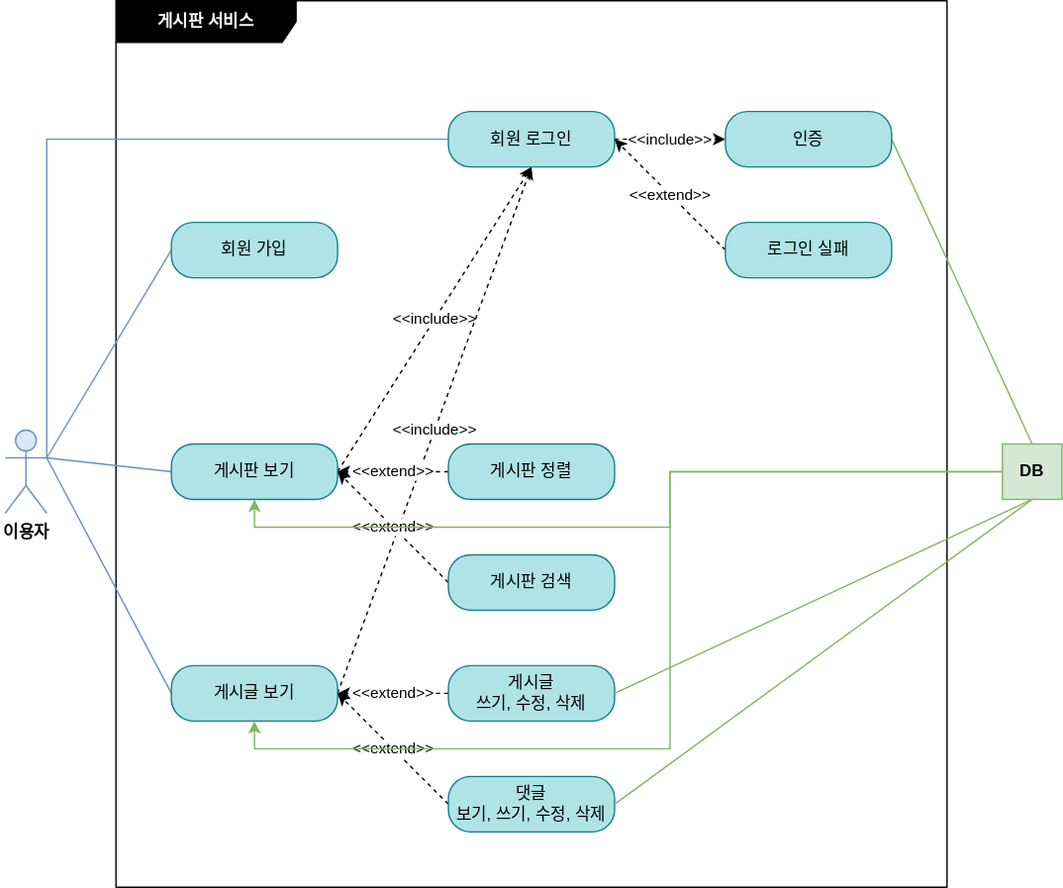
Before: document/use-case.svg, a diagram exported from draw.io (LE2HE/fastcampus-project-board). Source tidied: cells renumbered, new cells last; positions are measured from the earlier drawing's top-left corner, leaving out a move shared by most shapes.
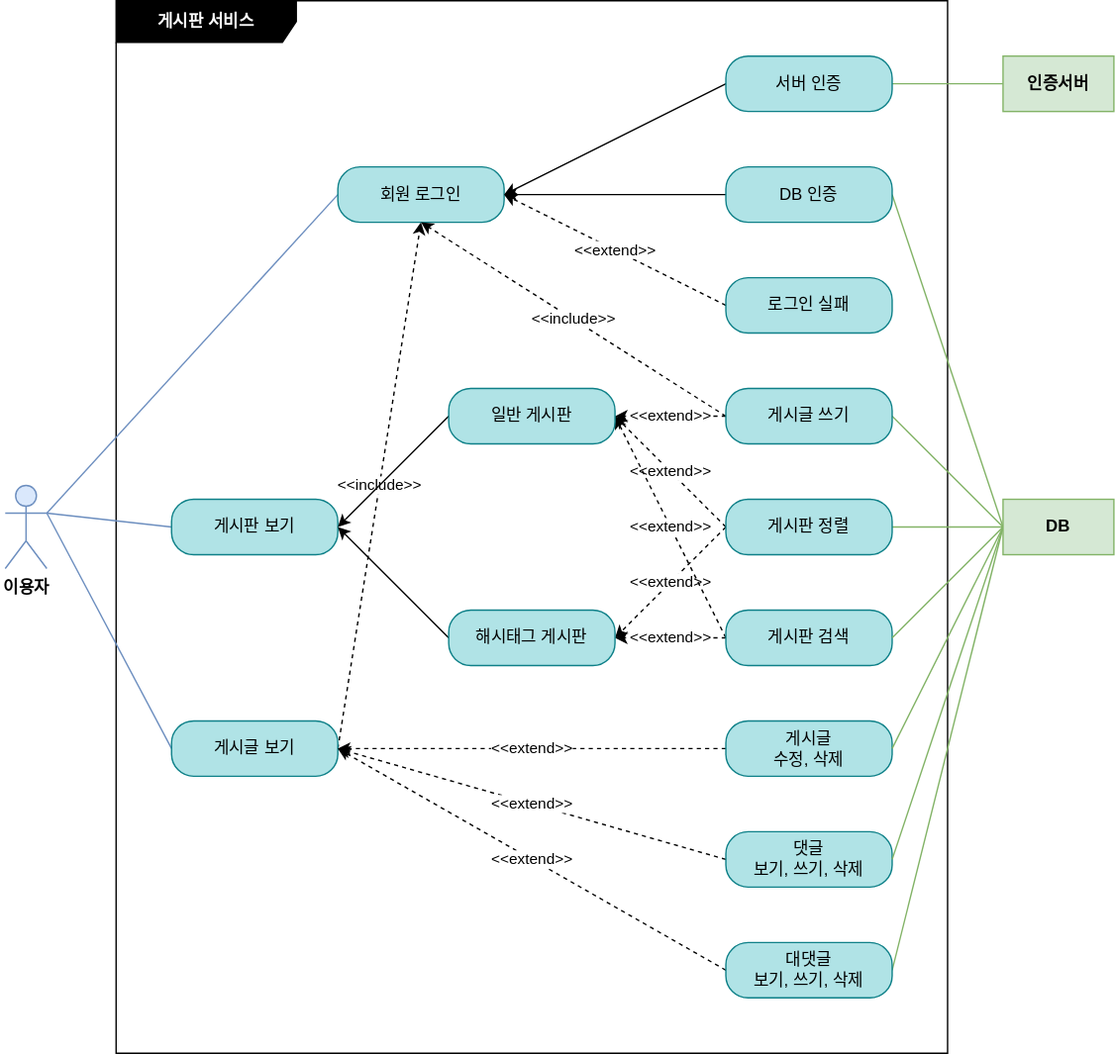
After the change.

Commit message:
Docs #51 - 게시판 서비스 유즈 케이스 업데이트 : 대댓글 및 서버 인증 로그인

Diff of the diagram source:
```diff
@@ -3,108 +3,144 @@
     <mxCell id="0" />
     <mxCell id="1" parent="0" />
     <mxCell id="2" value="이용자" style="shape=umlActor;verticalLabelPosition=bottom;verticalAlign=top;html=1;fontFamily=Helvetica;align=center;fontStyle=1;fillColor=#dae8fc;strokeColor=#6c8ebf;fontColor=#000000;" parent="1" vertex="1">
-      <mxGeometry y="310" width="30" height="60" as="geometry" />
+      <mxGeometry y="350" width="30" height="60" as="geometry" />
     </mxCell>
     <mxCell id="3" value="게시판 서비스" style="shape=umlFrame;whiteSpace=wrap;html=1;width=130;height=30;fillColor=#000000;strokeColor=#000000;fontStyle=1;fontColor=#FFFFFF;" parent="1" vertex="1">
-      <mxGeometry x="80" width="600" height="640" as="geometry" />
+      <mxGeometry x="80" width="600" height="760" as="geometry" />
     </mxCell>
-    <mxCell id="4" style="rounded=0;jettySize=auto;html=1;exitX=0;exitY=0.5;exitDx=0;exitDy=0;entryX=1;entryY=0.3333333333333333;entryDx=0;entryDy=0;entryPerimeter=0;endArrow=none;endFill=0;fillColor=#dae8fc;strokeColor=#6c8ebf;" parent="1" edge="1" source="5" target="2">
-      <mxGeometry relative="1" as="geometry" />
-    </mxCell>
-    <mxCell id="5" value="회원 가입" style="rounded=1;whiteSpace=wrap;html=1;arcSize=40;fillColor=#b0e3e6;strokeColor=#0e8088;" parent="1" vertex="1">
-      <mxGeometry x="120" y="160" width="120" height="40" as="geometry" />
-    </mxCell>
     <mxCell id="6" style="rounded=0;jettySize=auto;html=1;exitX=0;exitY=0.5;exitDx=0;exitDy=0;endArrow=none;endFill=0;fillColor=#dae8fc;strokeColor=#6c8ebf;" parent="1" edge="1" source="8">
       <mxGeometry relative="1" as="geometry">
-        <mxPoint x="30" y="330" as="targetPoint" />
+        <mxPoint x="30" y="370" as="targetPoint" />
       </mxGeometry>
     </mxCell>
-    <mxCell id="7" value="&amp;lt;&amp;lt;include&amp;gt;&amp;gt;" style="rounded=0;jettySize=auto;html=1;exitX=1;exitY=0.5;exitDx=0;exitDy=0;dashed=1;" parent="1" edge="1" source="8">
-      <mxGeometry relative="1" as="geometry">
-        <mxPoint x="380" y="120" as="targetPoint" />
-      </mxGeometry>
-    </mxCell>
     <mxCell id="8" value="게시판 보기" style="rounded=1;whiteSpace=wrap;html=1;arcSize=40;fillColor=#b0e3e6;strokeColor=#0e8088;" parent="1" vertex="1">
-      <mxGeometry x="120" y="320" width="120" height="40" as="geometry" />
+      <mxGeometry x="120" y="360" width="120" height="40" as="geometry" />
     </mxCell>
     <mxCell id="9" style="rounded=0;jettySize=auto;html=1;exitX=0;exitY=0.5;exitDx=0;exitDy=0;endArrow=none;endFill=0;fillColor=#dae8fc;strokeColor=#6c8ebf;" parent="1" edge="1" source="11">
       <mxGeometry relative="1" as="geometry">
-        <mxPoint x="30" y="330" as="targetPoint" />
+        <mxPoint x="30" y="370" as="targetPoint" />
       </mxGeometry>
     </mxCell>
     <mxCell id="10" value="&amp;lt;&amp;lt;include&amp;gt;&amp;gt;" style="rounded=0;jettySize=auto;html=1;exitX=1;exitY=0.5;exitDx=0;exitDy=0;entryX=0.5;entryY=1;entryDx=0;entryDy=0;dashed=1;" parent="1" edge="1" source="11" target="14">
       <mxGeometry relative="1" as="geometry" />
     </mxCell>
     <mxCell id="11" value="게시글 보기" style="rounded=1;whiteSpace=wrap;html=1;arcSize=40;fillColor=#b0e3e6;strokeColor=#0e8088;" parent="1" vertex="1">
-      <mxGeometry x="120" y="480" width="120" height="40" as="geometry" />
+      <mxGeometry x="120" y="520" width="120" height="40" as="geometry" />
     </mxCell>
-    <mxCell id="12" style="rounded=0;jettySize=auto;html=1;exitX=0;exitY=0.5;exitDx=0;exitDy=0;edgeStyle=orthogonalEdgeStyle;endArrow=none;endFill=0;fillColor=#dae8fc;strokeColor=#6c8ebf;" parent="1" edge="1" source="14">
+    <mxCell id="12" style="rounded=0;jettySize=auto;html=1;exitX=0;exitY=0.5;exitDx=0;exitDy=0;endArrow=none;endFill=0;fillColor=#dae8fc;strokeColor=#6c8ebf;" parent="1" edge="1" source="14">
       <mxGeometry relative="1" as="geometry">
-        <mxPoint x="30" y="330" as="targetPoint" />
+        <mxPoint x="30" y="370" as="targetPoint" />
       </mxGeometry>
     </mxCell>
-    <mxCell id="13" value="&amp;lt;&amp;lt;include&amp;gt;&amp;gt;" style="rounded=0;jettySize=auto;html=1;exitX=1;exitY=0.5;exitDx=0;exitDy=0;endArrow=classic;endFill=1;dashed=1;" parent="1" edge="1" source="14">
-      <mxGeometry relative="1" as="geometry">
-        <mxPoint x="520" y="100" as="targetPoint" />
-      </mxGeometry>
-    </mxCell>
     <mxCell id="14" value="회원 로그인" style="rounded=1;whiteSpace=wrap;html=1;arcSize=40;fillColor=#b0e3e6;strokeColor=#0e8088;" parent="1" vertex="1">
-      <mxGeometry x="320" y="80" width="120" height="40" as="geometry" />
+      <mxGeometry x="240" y="120" width="120" height="40" as="geometry" />
     </mxCell>
-    <mxCell id="15" style="rounded=0;jettySize=auto;html=1;exitX=1;exitY=0.5;exitDx=0;exitDy=0;entryX=0.5;entryY=0;entryDx=0;entryDy=0;endArrow=none;endFill=0;fillColor=#d5e8d4;strokeColor=#82b366;" parent="1" edge="1" source="16" target="31">
+    <mxCell id="15" style="rounded=0;jettySize=auto;html=1;exitX=1;exitY=0.5;exitDx=0;exitDy=0;entryX=0;entryY=0.5;entryDx=0;entryDy=0;endArrow=none;endFill=0;fillColor=#d5e8d4;strokeColor=#82b366;" parent="1" edge="1" source="16" target="31">
       <mxGeometry relative="1" as="geometry" />
     </mxCell>
+    <mxCell id="32" style="edgeStyle=orthogonalEdgeStyle;rounded=0;jettySize=auto;html=1;exitX=0;exitY=0.5;exitDx=0;exitDy=0;entryX=1;entryY=0.5;entryDx=0;entryDy=0;" parent="1" edge="1" source="16" target="14">
+      <mxGeometry relative="1" as="geometry" />
+    </mxCell>
-    <mxCell id="16" value="인증" style="rounded=1;whiteSpace=wrap;html=1;arcSize=40;fillColor=#b0e3e6;strokeColor=#0e8088;" parent="1" vertex="1">
-      <mxGeometry x="520" y="80" width="120" height="40" as="geometry" />
+    <mxCell id="16" value="DB 인증" style="rounded=1;whiteSpace=wrap;html=1;arcSize=40;fillColor=#b0e3e6;strokeColor=#0e8088;" parent="1" vertex="1">
+      <mxGeometry x="520" y="120" width="120" height="40" as="geometry" />
     </mxCell>
     <mxCell id="17" value="&amp;lt;&amp;lt;extend&amp;gt;&amp;gt;" style="rounded=0;jettySize=auto;html=1;exitX=0;exitY=0.5;exitDx=0;exitDy=0;entryX=1;entryY=0.5;entryDx=0;entryDy=0;endArrow=classic;endFill=1;dashed=1;" parent="1" edge="1" source="18" target="14">
       <mxGeometry relative="1" as="geometry" />
     </mxCell>
     <mxCell id="18" value="로그인 실패" style="rounded=1;whiteSpace=wrap;html=1;arcSize=40;fillColor=#b0e3e6;strokeColor=#0e8088;" parent="1" vertex="1">
-      <mxGeometry x="520" y="160" width="120" height="40" as="geometry" />
+      <mxGeometry x="520" y="200" width="120" height="40" as="geometry" />
     </mxCell>
-    <mxCell id="19" value="&amp;lt;&amp;lt;extend&amp;gt;&amp;gt;" style="rounded=0;jettySize=auto;html=1;exitX=0;exitY=0.5;exitDx=0;exitDy=0;entryX=1;entryY=0.5;entryDx=0;entryDy=0;dashed=1;" parent="1" edge="1" source="20" target="8">
-      <mxGeometry relative="1" as="geometry" />
-    </mxCell>
+    <mxCell id="33" style="rounded=0;jettySize=auto;html=1;exitX=1;exitY=0.5;exitDx=0;exitDy=0;entryX=0;entryY=0.5;entryDx=0;entryDy=0;endArrow=none;endFill=0;strokeColor=#82b366;fillColor=#d5e8d4;" parent="1" edge="1" source="20" target="31">
+      <mxGeometry relative="1" as="geometry" />
+    </mxCell>
+    <mxCell id="34" value="&amp;lt;&amp;lt;extend&amp;gt;&amp;gt;" style="rounded=0;jettySize=auto;html=1;exitX=0;exitY=0.5;exitDx=0;exitDy=0;dashed=1;entryX=1;entryY=0.5;entryDx=0;entryDy=0;" parent="1" edge="1" source="20" target="51">
+      <mxGeometry relative="1" as="geometry" />
+    </mxCell>
+    <mxCell id="35" value="&amp;lt;&amp;lt;extend&amp;gt;&amp;gt;" style="rounded=0;jettySize=auto;html=1;exitX=0;exitY=0.5;exitDx=0;exitDy=0;entryX=1;entryY=0.5;entryDx=0;entryDy=0;dashed=1;" parent="1" edge="1" source="20" target="53">
+      <mxGeometry relative="1" as="geometry" />
+    </mxCell>
     <mxCell id="20" value="게시판 정렬" style="rounded=1;whiteSpace=wrap;html=1;arcSize=40;fillColor=#b0e3e6;strokeColor=#0e8088;" parent="1" vertex="1">
-      <mxGeometry x="320" y="320" width="120" height="40" as="geometry" />
+      <mxGeometry x="520" y="360" width="120" height="40" as="geometry" />
     </mxCell>
-    <mxCell id="21" value="&amp;lt;&amp;lt;extend&amp;gt;&amp;gt;" style="rounded=0;jettySize=auto;html=1;exitX=0;exitY=0.5;exitDx=0;exitDy=0;dashed=1;" parent="1" edge="1" source="22">
-      <mxGeometry relative="1" as="geometry">
-        <mxPoint x="240" y="340" as="targetPoint" />
-      </mxGeometry>
-    </mxCell>
+    <mxCell id="36" value="&amp;lt;&amp;lt;extend&amp;gt;&amp;gt;" style="rounded=0;jettySize=auto;html=1;exitX=0;exitY=0.5;exitDx=0;exitDy=0;entryX=1;entryY=0.5;entryDx=0;entryDy=0;dashed=1;" parent="1" edge="1" source="22" target="51">
+      <mxGeometry relative="1" as="geometry" />
+    </mxCell>
+    <mxCell id="37" value="&amp;lt;&amp;lt;extend&amp;gt;&amp;gt;" style="rounded=0;jettySize=auto;html=1;exitX=0;exitY=0.5;exitDx=0;exitDy=0;entryX=1;entryY=0.5;entryDx=0;entryDy=0;dashed=1;" parent="1" edge="1" source="22" target="53">
+      <mxGeometry relative="1" as="geometry" />
+    </mxCell>
     <mxCell id="22" value="게시판 검색" style="rounded=1;whiteSpace=wrap;html=1;arcSize=40;fillColor=#b0e3e6;strokeColor=#0e8088;" parent="1" vertex="1">
-      <mxGeometry x="320" y="400" width="120" height="40" as="geometry" />
+      <mxGeometry x="520" y="440" width="120" height="40" as="geometry" />
     </mxCell>
     <mxCell id="23" value="&amp;lt;&amp;lt;extend&amp;gt;&amp;gt;" style="rounded=0;jettySize=auto;html=1;exitX=0;exitY=0.5;exitDx=0;exitDy=0;entryX=1;entryY=0.5;entryDx=0;entryDy=0;dashed=1;" parent="1" edge="1" source="24" target="11">
       <mxGeometry relative="1" as="geometry" />
     </mxCell>
-    <mxCell id="24" value="게시글&lt;br&gt;쓰기, 수정, 삭제" style="rounded=1;whiteSpace=wrap;html=1;arcSize=40;fillColor=#b0e3e6;strokeColor=#0e8088;" parent="1" vertex="1">
-      <mxGeometry x="320" y="480" width="120" height="40" as="geometry" />
+    <mxCell id="24" value="게시글&lt;br&gt;수정, 삭제" style="rounded=1;whiteSpace=wrap;html=1;arcSize=40;fillColor=#b0e3e6;strokeColor=#0e8088;" parent="1" vertex="1">
+      <mxGeometry x="520" y="520" width="120" height="40" as="geometry" />
     </mxCell>
     <mxCell id="25" value="&amp;lt;&amp;lt;extend&amp;gt;&amp;gt;" style="rounded=0;jettySize=auto;html=1;exitX=0;exitY=0.5;exitDx=0;exitDy=0;dashed=1;" parent="1" edge="1" source="26">
       <mxGeometry relative="1" as="geometry">
-        <mxPoint x="240" y="500" as="targetPoint" />
+        <mxPoint x="240" y="540" as="targetPoint" />
       </mxGeometry>
     </mxCell>
-    <mxCell id="26" value="댓글 &lt;br&gt;보기, 쓰기, 수정, 삭제" style="rounded=1;whiteSpace=wrap;html=1;arcSize=40;fillColor=#b0e3e6;strokeColor=#0e8088;" parent="1" vertex="1">
-      <mxGeometry x="320" y="560" width="120" height="40" as="geometry" />
+    <mxCell id="26" value="댓글 &lt;br&gt;보기, 쓰기, 삭제" style="rounded=1;whiteSpace=wrap;html=1;arcSize=40;fillColor=#b0e3e6;strokeColor=#0e8088;" parent="1" vertex="1">
+      <mxGeometry x="520" y="600" width="120" height="40" as="geometry" />
     </mxCell>
-    <mxCell id="27" style="rounded=0;jettySize=auto;html=1;exitX=0;exitY=0.5;exitDx=0;exitDy=0;entryX=0.5;entryY=1;entryDx=0;entryDy=0;edgeStyle=orthogonalEdgeStyle;endArrow=classic;endFill=1;fillColor=#d5e8d4;strokeColor=#82b366;" parent="1" edge="1" source="31" target="8">
-      <mxGeometry relative="1" as="geometry" />
-    </mxCell>
-    <mxCell id="28" style="edgeStyle=orthogonalEdgeStyle;rounded=0;jettySize=auto;html=1;exitX=0;exitY=0.5;exitDx=0;exitDy=0;entryX=0.5;entryY=1;entryDx=0;entryDy=0;endArrow=classic;endFill=1;fillColor=#d5e8d4;strokeColor=#82b366;" parent="1" edge="1" source="31" target="11">
-      <mxGeometry relative="1" as="geometry" />
-    </mxCell>
-    <mxCell id="29" style="rounded=0;jettySize=auto;html=1;exitX=0.5;exitY=1;exitDx=0;exitDy=0;entryX=1;entryY=0.5;entryDx=0;entryDy=0;endArrow=none;endFill=0;fillColor=#d5e8d4;strokeColor=#82b366;" parent="1" edge="1" source="31" target="24">
+    <mxCell id="29" style="rounded=0;jettySize=auto;html=1;exitX=0;exitY=0.5;exitDx=0;exitDy=0;entryX=1;entryY=0.5;entryDx=0;entryDy=0;endArrow=none;endFill=0;fillColor=#d5e8d4;strokeColor=#82b366;" parent="1" edge="1" source="31" target="24">
       <mxGeometry relative="1" as="geometry" />
     </mxCell>
-    <mxCell id="30" style="rounded=0;jettySize=auto;html=1;exitX=0.5;exitY=1;exitDx=0;exitDy=0;entryX=1;entryY=0.5;entryDx=0;entryDy=0;endArrow=none;endFill=0;fillColor=#d5e8d4;strokeColor=#82b366;" parent="1" edge="1" source="31" target="26">
+    <mxCell id="30" style="rounded=0;jettySize=auto;html=1;exitX=0;exitY=0.5;exitDx=0;exitDy=0;entryX=1;entryY=0.5;entryDx=0;entryDy=0;endArrow=none;endFill=0;fillColor=#d5e8d4;strokeColor=#82b366;" parent="1" edge="1" source="31" target="26">
       <mxGeometry relative="1" as="geometry" />
     </mxCell>
+    <mxCell id="38" style="rounded=0;jettySize=auto;html=1;exitX=0;exitY=0.5;exitDx=0;exitDy=0;entryX=1;entryY=0.5;entryDx=0;entryDy=0;strokeColor=#82b366;endArrow=none;endFill=0;fillColor=#d5e8d4;" parent="1" edge="1" source="31" target="22">
+      <mxGeometry relative="1" as="geometry" />
+    </mxCell>
+    <mxCell id="39" style="rounded=0;jettySize=auto;html=1;exitX=0;exitY=0.5;exitDx=0;exitDy=0;entryX=1;entryY=0.5;entryDx=0;entryDy=0;endArrow=none;endFill=0;strokeColor=#82b366;fillColor=#d5e8d4;" parent="1" edge="1" source="31" target="46">
+      <mxGeometry relative="1" as="geometry" />
+    </mxCell>
+    <mxCell id="40" style="rounded=0;jettySize=auto;html=1;exitX=0;exitY=0.5;exitDx=0;exitDy=0;entryX=1;entryY=0.5;entryDx=0;entryDy=0;strokeColor=#82b366;endArrow=none;endFill=0;fillColor=#d5e8d4;" parent="1" edge="1" source="31" target="49">
+      <mxGeometry relative="1" as="geometry" />
+    </mxCell>
     <mxCell id="31" value="DB" style="html=1;whiteSpace=wrap;fillColor=#d5e8d4;strokeColor=#82b366;fontStyle=1;" parent="1" vertex="1">
-      <mxGeometry x="720" y="320" width="43" height="40" as="geometry" />
+      <mxGeometry x="720" y="360" width="80" height="40" as="geometry" />
     </mxCell>
+    <mxCell id="41" value="인증서버" style="html=1;whiteSpace=wrap;fillColor=#d5e8d4;strokeColor=#82b366;fontStyle=1;" parent="1" vertex="1">
+      <mxGeometry x="720" y="40" width="80" height="40" as="geometry" />
+    </mxCell>
+    <mxCell id="42" style="rounded=0;jettySize=auto;html=1;exitX=0;exitY=0.5;exitDx=0;exitDy=0;entryX=1;entryY=0.5;entryDx=0;entryDy=0;" parent="1" edge="1" source="44" target="14">
+      <mxGeometry relative="1" as="geometry" />
+    </mxCell>
+    <mxCell id="43" style="rounded=0;jettySize=auto;html=1;exitX=1;exitY=0.5;exitDx=0;exitDy=0;entryX=0;entryY=0.5;entryDx=0;entryDy=0;endArrow=none;endFill=0;strokeColor=#82b366;fillColor=#d5e8d4;" parent="1" edge="1" source="44" target="41">
+      <mxGeometry relative="1" as="geometry" />
+    </mxCell>
+    <mxCell id="44" value="서버 인증" style="rounded=1;whiteSpace=wrap;html=1;arcSize=40;fillColor=#b0e3e6;strokeColor=#0e8088;" parent="1" vertex="1">
+      <mxGeometry x="520" y="40" width="120" height="40" as="geometry" />
+    </mxCell>
+    <mxCell id="45" value="&amp;lt;&amp;lt;extend&amp;gt;&amp;gt;" style="rounded=0;jettySize=auto;html=1;exitX=0;exitY=0.5;exitDx=0;exitDy=0;entryX=1;entryY=0.5;entryDx=0;entryDy=0;dashed=1;" parent="1" edge="1" source="46" target="11">
+      <mxGeometry relative="1" as="geometry" />
+    </mxCell>
+    <mxCell id="46" value="대댓글 &lt;br&gt;보기, 쓰기, 삭제" style="rounded=1;whiteSpace=wrap;html=1;arcSize=40;fillColor=#b0e3e6;strokeColor=#0e8088;" parent="1" vertex="1">
+      <mxGeometry x="520" y="680" width="120" height="40" as="geometry" />
+    </mxCell>
+    <mxCell id="47" value="&amp;lt;&amp;lt;include&amp;gt;&amp;gt;" style="rounded=0;jettySize=auto;html=1;exitX=0;exitY=0.5;exitDx=0;exitDy=0;entryX=0.5;entryY=1;entryDx=0;entryDy=0;dashed=1;" parent="1" edge="1" source="49" target="14">
+      <mxGeometry relative="1" as="geometry" />
+    </mxCell>
+    <mxCell id="48" value="&amp;lt;&amp;lt;extend&amp;gt;&amp;gt;" style="rounded=0;jettySize=auto;html=1;exitX=0;exitY=0.5;exitDx=0;exitDy=0;entryX=1;entryY=0.5;entryDx=0;entryDy=0;dashed=1;" parent="1" edge="1" source="49" target="51">
+      <mxGeometry relative="1" as="geometry" />
+    </mxCell>
+    <mxCell id="49" value="게시글 쓰기" style="rounded=1;whiteSpace=wrap;html=1;arcSize=40;fillColor=#b0e3e6;strokeColor=#0e8088;" parent="1" vertex="1">
+      <mxGeometry x="520" y="280" width="120" height="40" as="geometry" />
+    </mxCell>
+    <mxCell id="50" style="rounded=0;jettySize=auto;html=1;exitX=0;exitY=0.5;exitDx=0;exitDy=0;entryX=1;entryY=0.5;entryDx=0;entryDy=0;" parent="1" edge="1" source="51" target="8">
+      <mxGeometry relative="1" as="geometry" />
+    </mxCell>
+    <mxCell id="51" value="일반 게시판" style="rounded=1;whiteSpace=wrap;html=1;arcSize=40;fillColor=#b0e3e6;strokeColor=#0e8088;" parent="1" vertex="1">
+      <mxGeometry x="320" y="280" width="120" height="40" as="geometry" />
+    </mxCell>
+    <mxCell id="52" style="rounded=0;jettySize=auto;html=1;exitX=0;exitY=0.5;exitDx=0;exitDy=0;entryX=1;entryY=0.5;entryDx=0;entryDy=0;" parent="1" edge="1" source="53" target="8">
+      <mxGeometry relative="1" as="geometry" />
+    </mxCell>
+    <mxCell id="53" value="해시태그 게시판" style="rounded=1;whiteSpace=wrap;html=1;arcSize=40;fillColor=#b0e3e6;strokeColor=#0e8088;" parent="1" vertex="1">
+      <mxGeometry x="320" y="440" width="120" height="40" as="geometry" />
+    </mxCell>
   </root>
 </mxGraphModel>
```
